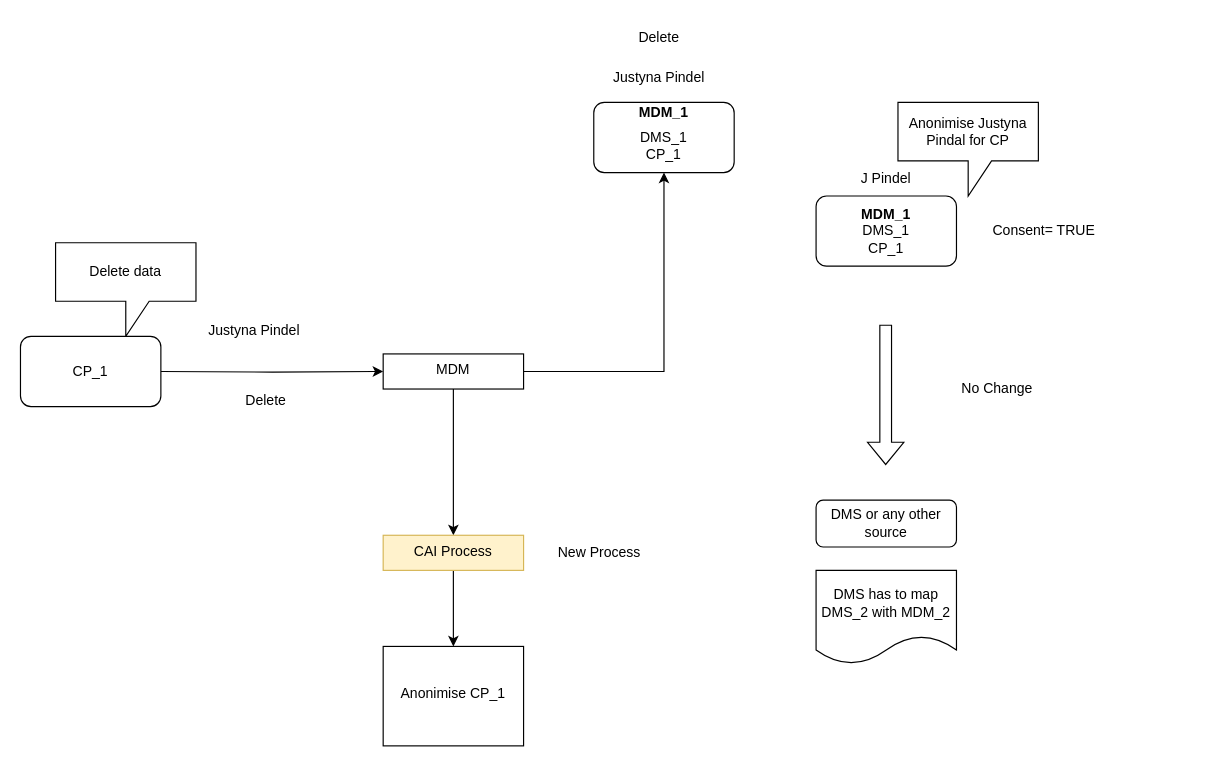
The draw.io diagram page "Delete" (11 of 11) of TME-Misc_Design.drawio in biswarup81/drawings, before the edit. Source tidied: cells renumbered, new cells numbered last; positions are measured from the earlier drawing's top-left corner, leaving out a move shared by most shapes. Both pictures are drawn from the tidied source at 117%, with x=0, y=0 at pixel (20, 20).
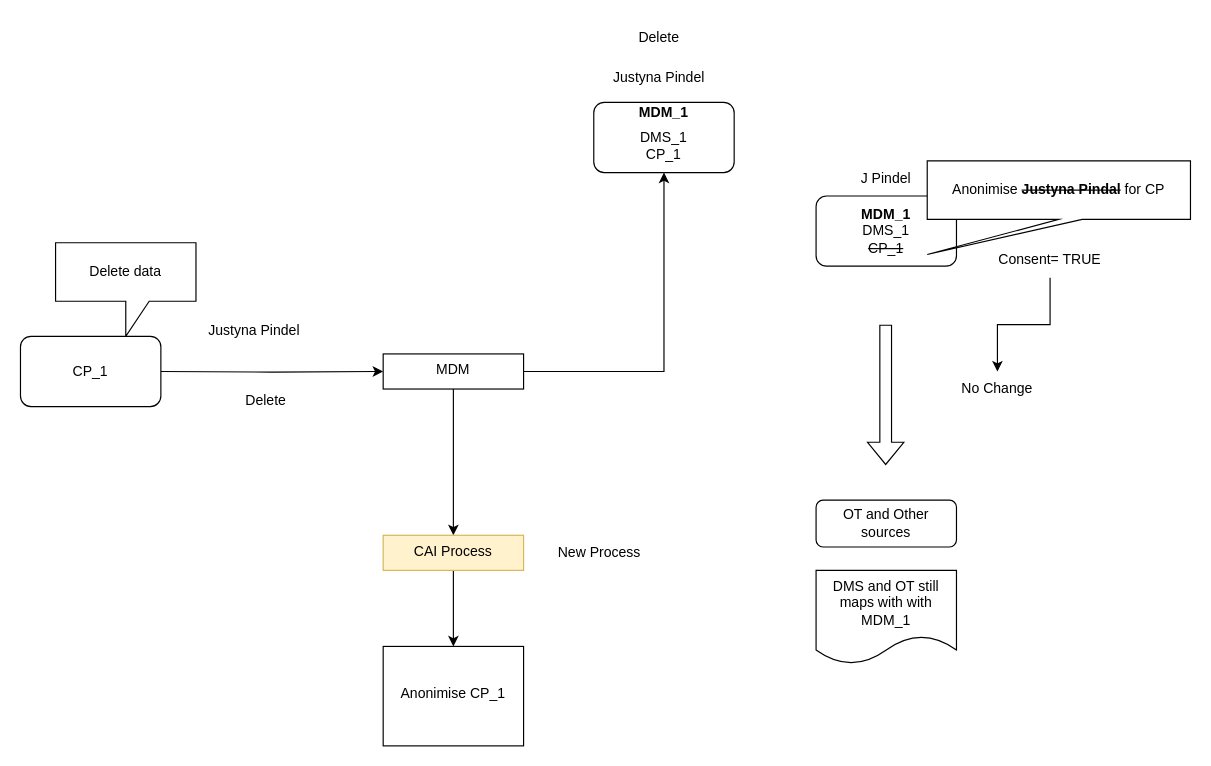
The same page after the edit.

The change refers to these unchanged cells:
```xml
<mxCell id="21" value="No Change" style="text;html=1;strokeColor=none;fillColor=none;align=center;verticalAlign=middle;whiteSpace=wrap;rounded=0;" parent="1" vertex="1">
  <mxGeometry x="790" y="300" width="90" height="30" as="geometry" />
</mxCell>
```

The edit, as a diff of the source:
```diff
@@
-    <mxCell id="2" value="&lt;b&gt;MDM_1&lt;br&gt;&lt;/b&gt;DMS_1&lt;br&gt;CP_1" style="rounded=1;whiteSpace=wrap;html=1;" parent="1" vertex="1">
+    <mxCell id="2" value="&lt;b&gt;MDM_1&lt;br&gt;&lt;/b&gt;DMS_1&lt;br&gt;&lt;strike&gt;CP_1&lt;/strike&gt;" style="rounded=1;whiteSpace=wrap;html=1;" parent="1" vertex="1">
       <mxGeometry x="680" y="150" width="120" height="60" as="geometry" />
     </mxCell>
@@
-    <mxCell id="14" value="DMS or any other source" style="rounded=1;whiteSpace=wrap;html=1;" parent="1" vertex="1">
+    <mxCell id="14" value="OT and Other sources" style="rounded=1;whiteSpace=wrap;html=1;" parent="1" vertex="1">
       <mxGeometry x="680" y="410" width="120" height="40" as="geometry" />
     </mxCell>
-    <mxCell id="15" value="DMS has to map DMS_2 with MDM_2" style="shape=document;whiteSpace=wrap;html=1;boundedLbl=1;" parent="1" vertex="1">
+    <mxCell id="15" value="DMS and OT still maps with with MDM_1" style="shape=document;whiteSpace=wrap;html=1;boundedLbl=1;" parent="1" vertex="1">
       <mxGeometry x="680" y="470" width="120" height="80" as="geometry" />
     </mxCell>
@@
+    <mxCell id="27" style="edgeStyle=orthogonalEdgeStyle;rounded=0;jettySize=auto;html=1;" parent="1" edge="1" source="19" target="21">
+      <mxGeometry relative="1" as="geometry" />
+    </mxCell>
     <mxCell id="19" value="Consent= TRUE" style="text;html=1;strokeColor=none;fillColor=none;align=center;verticalAlign=middle;whiteSpace=wrap;rounded=0;" parent="1" vertex="1">
-      <mxGeometry x="805" y="165" width="140" height="30" as="geometry" />
+      <mxGeometry x="810" y="190" width="140" height="30" as="geometry" />
     </mxCell>
@@
-    <mxCell id="26" value="Anonimise Justyna Pindal for CP" style="shape=callout;whiteSpace=wrap;html=1;perimeter=calloutPerimeter;" parent="1" vertex="1">
-      <mxGeometry x="750" y="70" width="120" height="80" as="geometry" />
+    <mxCell id="26" value="Anonimise &lt;b&gt;&lt;strike&gt;Justyna Pindal&lt;/strike&gt;&lt;/b&gt; for CP" style="shape=callout;whiteSpace=wrap;html=1;perimeter=calloutPerimeter;position2=0;" parent="1" vertex="1">
+      <mxGeometry x="775" y="120" width="225" height="80" as="geometry" />
     </mxCell>
```
